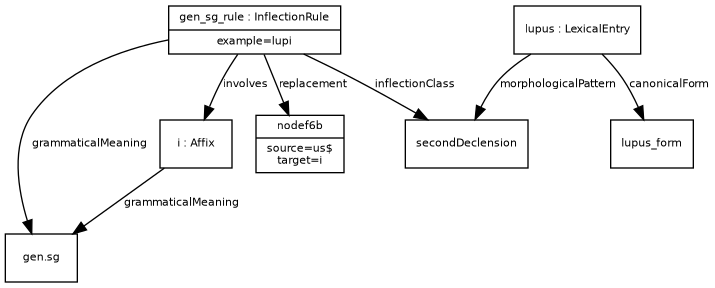
ontolex/morph keeps this Graphviz diagram as examples/example_12.png. Above is the earlier version. Its source is kept beside it as examples/example_12.dot.
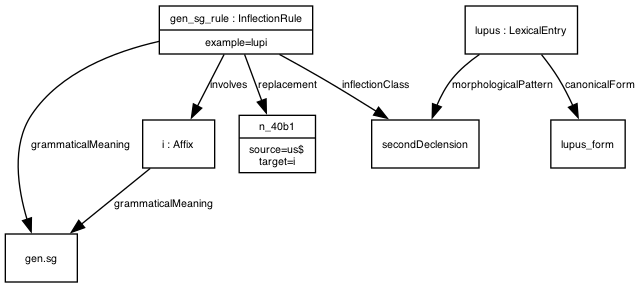
The same file after the commit.

Diff of the diagram source:
```diff
@@ -13,8 +13,8 @@
       fontsize = 8
     ]
 
-nodef6b [ label="{nodef6b|source=us$\ltarget=i}" ]
-gen_sg_rule -> nodef6b [ label="replacement" ]
+n_40b1 [ label="{n_40b1|source=us$\ltarget=i}" ]
+gen_sg_rule -> n_40b1 [ label="replacement" ]
 secondDeclension [ label="{secondDeclension}" ]
 gen_sg_rule -> secondDeclension [ label="inflectionClass" ]
 gensg [ label="{gen.sg}" ]
```
